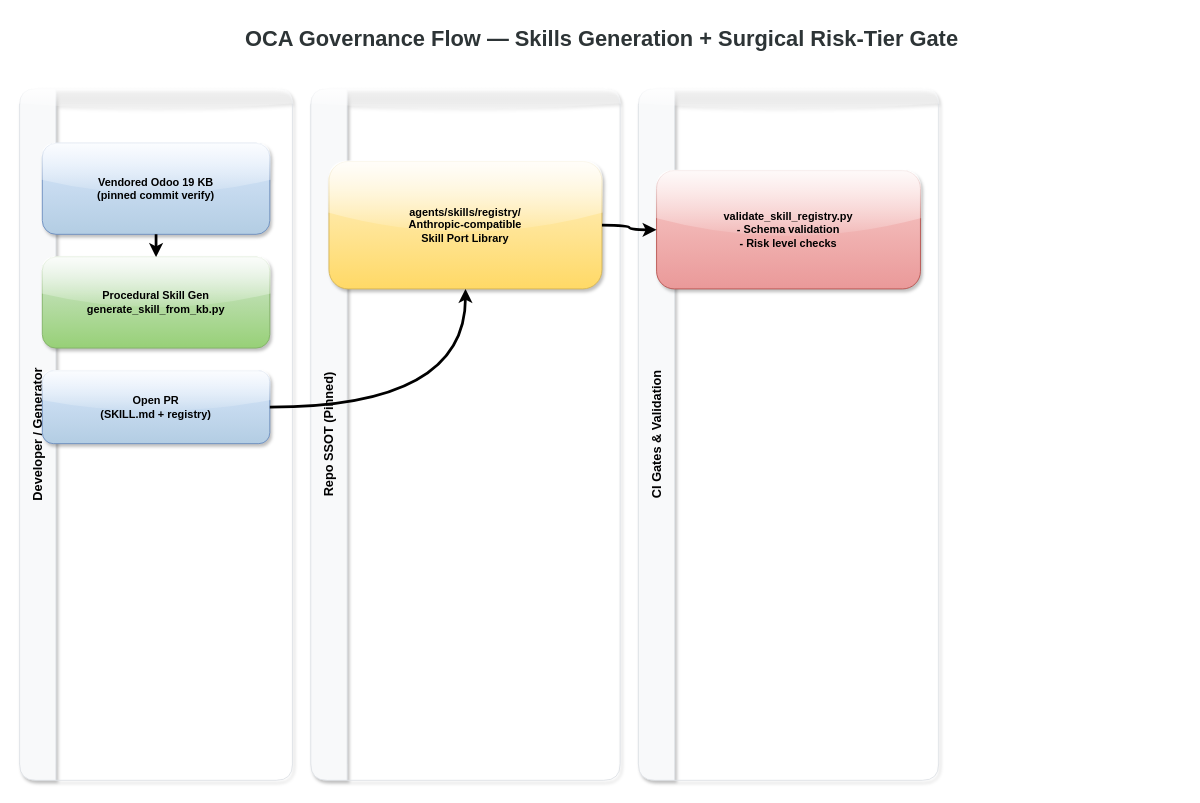
Above: docs/diagrams/azure/oca-governance-flow.drawio in Insightpulseai/odoo (draw.io), before the change. Source tidied: cells renumbered, new cells numbered last; positions are measured from the earlier drawing's top-left corner, leaving out a move shared by most shapes. Both pictures are drawn from the tidied source at 91%, with x=0, y=0 at pixel (19, 15).
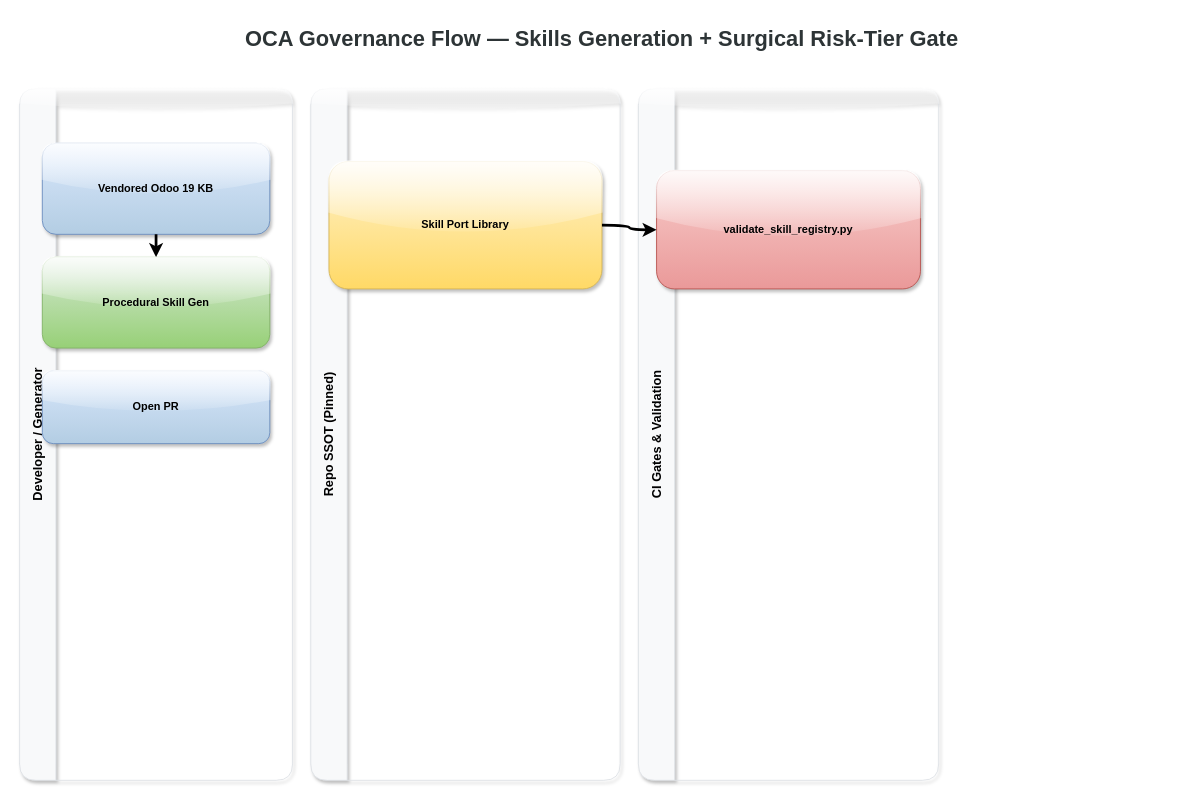
The same diagram, later.

Commit message (it also covers changes not shown here):
docs(diagrams): add interactive links and tooltips for 'Live Documentation'

The edit, as a diff of the source:
```diff
@@
 <mxGraphModel>
   <root>
     <mxCell id="0" />
     <mxCell id="1" parent="0" />
     <mxCell id="2" value="OCA Governance Flow — Skills Generation + Surgical Risk-Tier Gate" style="text;html=1;strokeColor=none;fillColor=none;align=center;verticalAlign=middle;whiteSpace=wrap;rounded=0;fontSize=24;fontStyle=1;fontColor=#2D3436;" parent="1" vertex="1">
       <mxGeometry width="1280" height="50" as="geometry" />
     </mxCell>
     <mxCell id="3" value="Developer / Generator" style="swimlane;horizontal=0;whiteSpace=wrap;html=1;fillColor=#F8F9FA;strokeColor=#DEE2E6;rounded=1;startSize=40;glass=1;shadow=1;fontSize=14;fontStyle=1;" parent="1" vertex="1">
       <mxGeometry y="80" width="300" height="760" as="geometry" />
     </mxCell>
     <mxCell id="4" value="Repo SSOT (Pinned)" style="swimlane;horizontal=0;whiteSpace=wrap;html=1;fillColor=#F8F9FA;strokeColor=#DEE2E6;rounded=1;startSize=40;glass=1;shadow=1;fontSize=14;fontStyle=1;" parent="1" vertex="1">
       <mxGeometry x="320" y="80" width="340" height="760" as="geometry" />
     </mxCell>
     <mxCell id="5" value="CI Gates &amp; Validation" style="swimlane;horizontal=0;whiteSpace=wrap;html=1;fillColor=#F8F9FA;strokeColor=#DEE2E6;rounded=1;startSize=40;glass=1;shadow=1;fontSize=14;fontStyle=1;" parent="1" vertex="1">
       <mxGeometry x="680" y="80" width="330" height="760" as="geometry" />
     </mxCell>
-    <mxCell id="6" value="Vendored Odoo 19 KB&#10;(pinned commit verify)" style="rounded=1;whiteSpace=wrap;html=1;fillColor=#dae8fc;strokeColor=#6c8ebf;gradientColor=#b3cde3;glass=1;shadow=1;fontStyle=1;" parent="3" vertex="1">
+    <mxCell id="6" value="Vendored Odoo 19 KB" style="rounded=1;whiteSpace=wrap;html=1;fillColor=#dae8fc;strokeColor=#6c8ebf;gradientColor=#b3cde3;glass=1;shadow=1;fontStyle=1;" parent="3" vertex="1">
       <mxGeometry x="25" y="60" width="250" height="100" as="geometry" />
     </mxCell>
-    <mxCell id="7" value="Procedural Skill Gen&#10;generate_skill_from_kb.py" style="rounded=1;whiteSpace=wrap;html=1;fillColor=#d5e8d4;strokeColor=#82b366;gradientColor=#97d077;glass=1;shadow=1;fontStyle=1;" parent="3" vertex="1">
+    <mxCell id="7" value="Procedural Skill Gen" style="rounded=1;whiteSpace=wrap;html=1;fillColor=#d5e8d4;strokeColor=#82b366;gradientColor=#97d077;glass=1;shadow=1;fontStyle=1;" parent="3" vertex="1">
       <mxGeometry x="25" y="185" width="250" height="100" as="geometry" />
     </mxCell>
-    <mxCell id="8" value="Open PR&#10;(SKILL.md + registry)" style="rounded=1;whiteSpace=wrap;html=1;fillColor=#dae8fc;strokeColor=#6c8ebf;gradientColor=#b3cde3;glass=1;shadow=1;fontStyle=1;" parent="3" vertex="1">
+    <mxCell id="8" value="Open PR" style="rounded=1;whiteSpace=wrap;html=1;fillColor=#dae8fc;strokeColor=#6c8ebf;gradientColor=#b3cde3;glass=1;shadow=1;fontStyle=1;" parent="3" vertex="1">
       <mxGeometry x="25" y="310" width="250" height="80" as="geometry" />
     </mxCell>
-    <mxCell id="9" value="agents/skills/registry/&#10;Anthropic-compatible&#10;Skill Port Library" style="rounded=1;whiteSpace=wrap;html=1;fillColor=#fff2cc;strokeColor=#d6b656;gradientColor=#ffd966;glass=1;shadow=1;fontStyle=1;" parent="4" vertex="1">
+    <mxCell id="9" value="Skill Port Library" style="rounded=1;whiteSpace=wrap;html=1;fillColor=#fff2cc;strokeColor=#d6b656;gradientColor=#ffd966;glass=1;shadow=1;fontStyle=1;" parent="4" vertex="1">
       <mxGeometry x="20" y="80" width="300" height="140" as="geometry" />
     </mxCell>
-    <mxCell id="10" value="validate_skill_registry.py&#10;- Schema validation&#10;- Risk level checks" style="rounded=1;whiteSpace=wrap;html=1;fillColor=#f8cecc;strokeColor=#b85450;gradientColor=#ea9999;glass=1;shadow=1;fontStyle=1;" parent="5" vertex="1">
+    <mxCell id="10" value="validate_skill_registry.py" style="rounded=1;whiteSpace=wrap;html=1;fillColor=#f8cecc;strokeColor=#b85450;gradientColor=#ea9999;glass=1;shadow=1;fontStyle=1;" parent="5" vertex="1">
       <mxGeometry x="20" y="90" width="290" height="130" as="geometry" />
     </mxCell>
     <mxCell id="11" style="edgeStyle=orthogonalEdgeStyle;rounded=1;jettySize=auto;html=1;strokeWidth=3;strokeColor=#000000;curved=1;" parent="1" edge="1" source="6" target="7">
       <mxGeometry relative="1" as="geometry" />
     </mxCell>
-    <mxCell id="12" style="edgeStyle=orthogonalEdgeStyle;rounded=1;jettySize=auto;html=1;strokeWidth=3;strokeColor=#000000;curved=1;" parent="1" edge="1" source="8" target="9">
-      <mxGeometry relative="1" as="geometry" />
-    </mxCell>
     <mxCell id="13" style="edgeStyle=orthogonalEdgeStyle;rounded=1;jettySize=auto;html=1;strokeWidth=3;strokeColor=#000000;curved=1;" parent="1" edge="1" source="9" target="10">
       <mxGeometry relative="1" as="geometry" />
     </mxCell>
   </root>
 </mxGraphModel>
```
